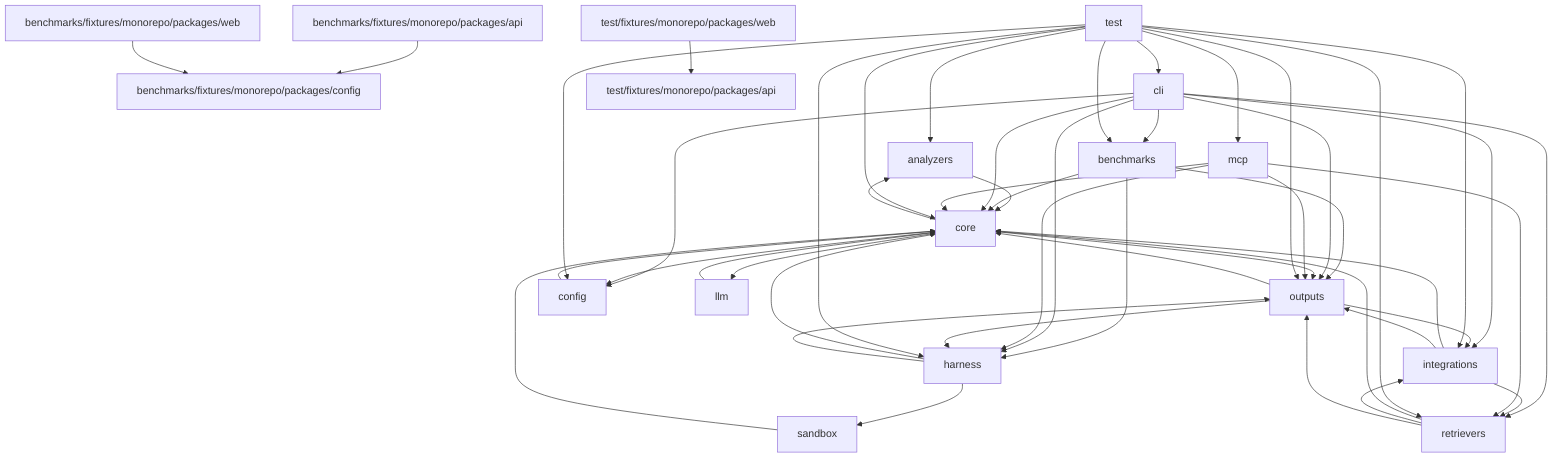
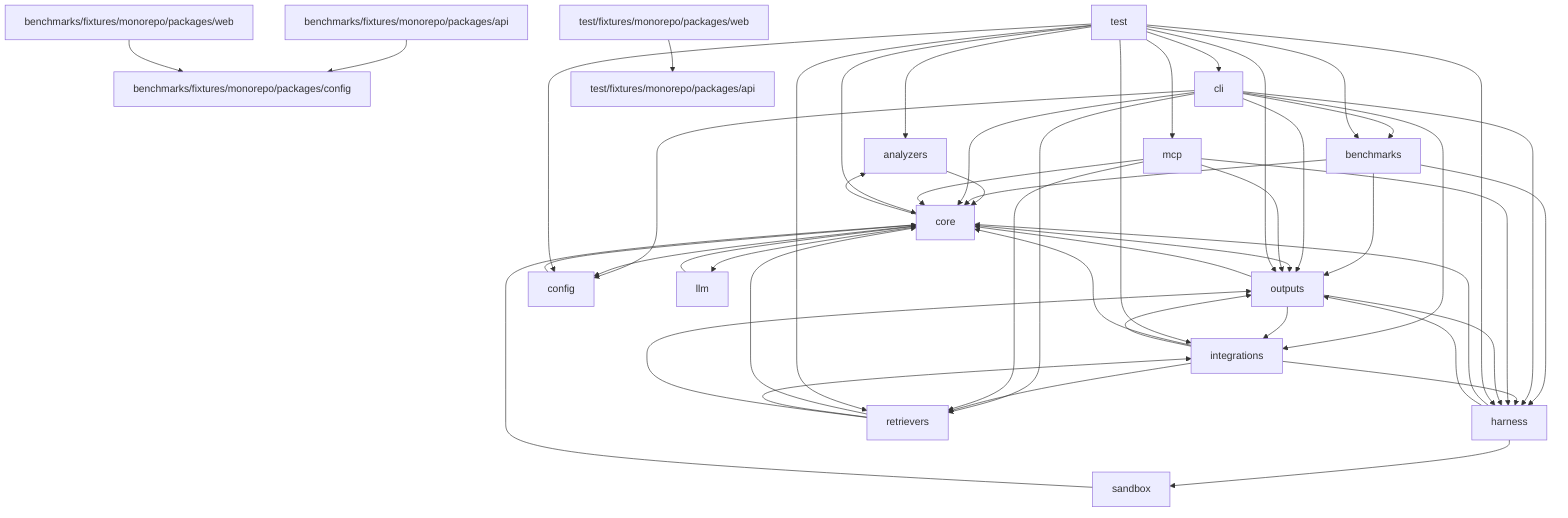
graph TD
  analyzers["analyzers"] --> core["core"]
  benchmarks["benchmarks"] --> core["core"]
  benchmarks["benchmarks"] --> harness["harness"]
  benchmarks["benchmarks"] --> outputs["outputs"]
  benchmarks_fixtures_monorepo_packages_api["benchmarks/fixtures/monorepo/packages/api"] --> benchmarks_fixtures_monorepo_packages_config["benchmarks/fixtures/monorepo/packages/config"]
  benchmarks_fixtures_monorepo_packages_web["benchmarks/fixtures/monorepo/packages/web"] --> benchmarks_fixtures_monorepo_packages_config["benchmarks/fixtures/monorepo/packages/config"]
  cli["cli"] --> benchmarks["benchmarks"]
  cli["cli"] --> config["config"]
  cli["cli"] --> core["core"]
  cli["cli"] --> harness["harness"]
  cli["cli"] --> integrations["integrations"]
  cli["cli"] --> outputs["outputs"]
  cli["cli"] --> retrievers["retrievers"]
  config["config"] --> core["core"]
  core["core"] --> analyzers["analyzers"]
  core["core"] --> config["config"]
  core["core"] --> llm["llm"]
  core["core"] --> outputs["outputs"]
  harness["harness"] --> core["core"]
  harness["harness"] --> outputs["outputs"]
  harness["harness"] --> sandbox["sandbox"]
  integrations["integrations"] --> core["core"]
+   integrations["integrations"] --> harness["harness"]
  integrations["integrations"] --> outputs["outputs"]
  integrations["integrations"] --> retrievers["retrievers"]
  llm["llm"] --> core["core"]
  mcp["mcp"] --> core["core"]
  mcp["mcp"] --> harness["harness"]
  mcp["mcp"] --> outputs["outputs"]
  mcp["mcp"] --> retrievers["retrievers"]
  outputs["outputs"] --> core["core"]
  outputs["outputs"] --> harness["harness"]
  outputs["outputs"] --> integrations["integrations"]
  retrievers["retrievers"] --> core["core"]
  retrievers["retrievers"] --> integrations["integrations"]
  retrievers["retrievers"] --> outputs["outputs"]
  sandbox["sandbox"] --> core["core"]
  test["test"] --> analyzers["analyzers"]
  test["test"] --> benchmarks["benchmarks"]
  test["test"] --> cli["cli"]
  test["test"] --> config["config"]
  test["test"] --> core["core"]
  test["test"] --> harness["harness"]
  test["test"] --> integrations["integrations"]
  test["test"] --> mcp["mcp"]
  test["test"] --> outputs["outputs"]
  test["test"] --> retrievers["retrievers"]
  test_fixtures_monorepo_packages_web["test/fixtures/monorepo/packages/web"] --> test_fixtures_monorepo_packages_api["test/fixtures/monorepo/packages/api"]
